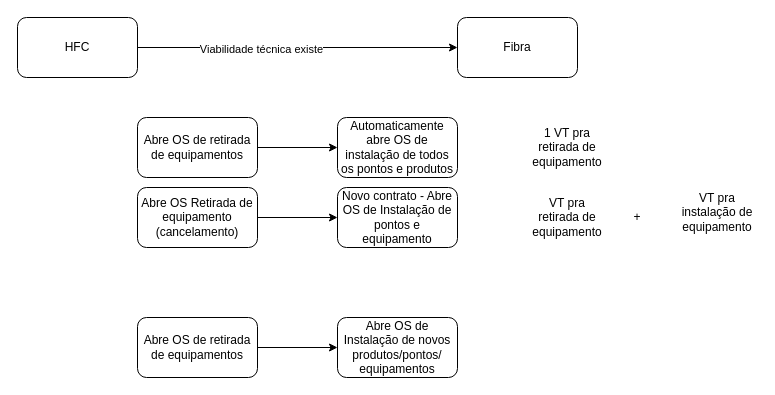
Above: 120813_128657-MUDANÇA DE ENDEREÇO PARA ÁREA HÍBRIDA.drawio in samirali/ClaroBrasil (draw.io), before the change. Source tidied: cells renumbered, new cells numbered last; positions are measured from the earlier drawing's top-left corner, leaving out a move shared by most shapes. Both pictures are drawn from the tidied source at 100%, with x=0, y=0 at pixel (17, 17).
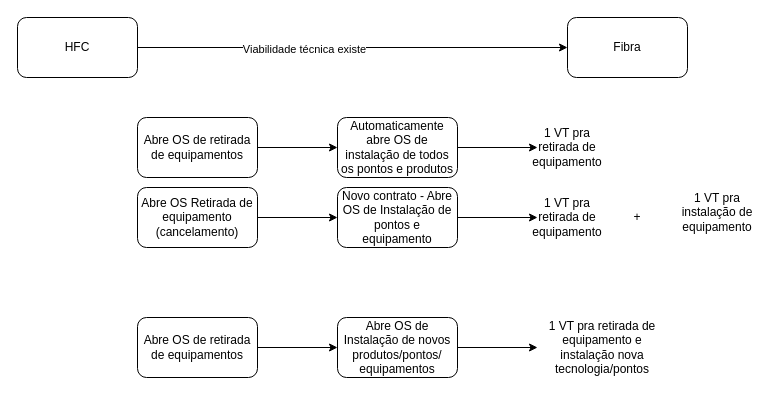
The same page after the edit.

The change refers to these unchanged cells:
```xml
<mxCell id="8" value="Automaticamente abre OS de instalação de todos os pontos e produtos" style="whiteSpace=wrap;html=1;rounded=1;" parent="1" vertex="1">
  <mxGeometry x="320" y="100" width="120" height="60" as="geometry" />
</mxCell>
<mxCell id="11" value="Abre OS de Instalação de novos produtos/pontos/&lt;div&gt;equipamentos&lt;/div&gt;" style="whiteSpace=wrap;html=1;rounded=1;" parent="1" vertex="1">
  <mxGeometry x="320" y="300" width="120" height="60" as="geometry" />
</mxCell>
<mxCell id="12" value="1 VT pra retirada de equipamento" style="text;html=1;align=center;verticalAlign=middle;whiteSpace=wrap;rounded=0;" parent="1" vertex="1">
  <mxGeometry x="520" y="115" width="60" height="30" as="geometry" />
</mxCell>
<mxCell id="15" value="Novo contrato - Abre OS de Instalação de pontos e equipamento" style="whiteSpace=wrap;html=1;rounded=1;" parent="1" vertex="1">
  <mxGeometry x="320" y="170" width="120" height="60" as="geometry" />
</mxCell>
```

Diff of the diagram source:
```diff
@@
     <mxCell id="5" value="Fibra" style="rounded=1;whiteSpace=wrap;html=1;" parent="1" vertex="1">
-      <mxGeometry x="440" width="120" height="60" as="geometry" />
+      <mxGeometry x="550" width="120" height="60" as="geometry" />
     </mxCell>
@@
+    <mxCell id="19" style="edgeStyle=orthogonalEdgeStyle;rounded=0;jettySize=auto;html=1;entryX=0;entryY=0.5;entryDx=0;entryDy=0;" parent="1" edge="1" source="8" target="12">
+      <mxGeometry relative="1" as="geometry" />
+    </mxCell>
@@
+    <mxCell id="20" style="edgeStyle=orthogonalEdgeStyle;rounded=0;jettySize=auto;html=1;" parent="1" edge="1" source="11" target="22">
+      <mxGeometry relative="1" as="geometry" />
+    </mxCell>
@@
+    <mxCell id="21" style="edgeStyle=orthogonalEdgeStyle;rounded=0;jettySize=auto;html=1;entryX=0;entryY=0.5;entryDx=0;entryDy=0;" parent="1" edge="1" source="15" target="16">
+      <mxGeometry relative="1" as="geometry" />
+    </mxCell>
@@
-    <mxCell id="16" value="VT pra retirada de equipamento" style="text;html=1;align=center;verticalAlign=middle;whiteSpace=wrap;rounded=0;" parent="1" vertex="1">
+    <mxCell id="16" value="1 VT pra retirada de equipamento" style="text;html=1;align=center;verticalAlign=middle;whiteSpace=wrap;rounded=0;" parent="1" vertex="1">
       <mxGeometry x="520" y="185" width="60" height="30" as="geometry" />
     </mxCell>
-    <mxCell id="17" value="VT pra instalação de equipamento" style="text;html=1;align=center;verticalAlign=middle;whiteSpace=wrap;rounded=0;" parent="1" vertex="1">
+    <mxCell id="17" value="1 VT pra instalação de equipamento" style="text;html=1;align=center;verticalAlign=middle;whiteSpace=wrap;rounded=0;" parent="1" vertex="1">
       <mxGeometry x="660" y="180" width="80" height="30" as="geometry" />
     </mxCell>
@@
+    <mxCell id="22" value="1 VT pra retirada de equipamento e instalação nova tecnologia/pontos" style="text;html=1;align=center;verticalAlign=middle;whiteSpace=wrap;rounded=0;" parent="1" vertex="1">
+      <mxGeometry x="520" y="315" width="130" height="30" as="geometry" />
+    </mxCell>
```
